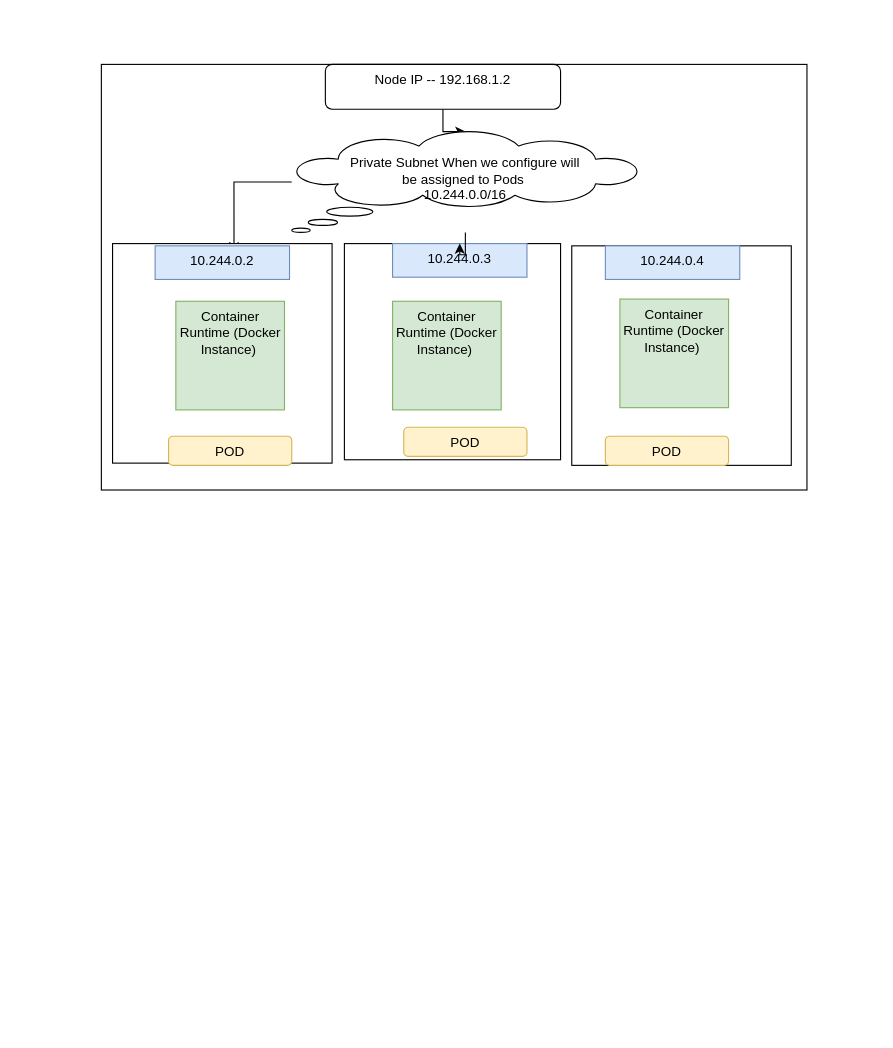
This is Kubernets_Networking.drawio from prashanthgowdaN/Kubernets_learing-, a draw.io file, before an edit. Source tidied: cells renumbered, new cells numbered last; positions are measured from the earlier drawing's top-left corner, leaving out a move shared by most shapes. Both pictures are drawn from the tidied source at 112%, with x=0, y=0 at pixel (101, 64).
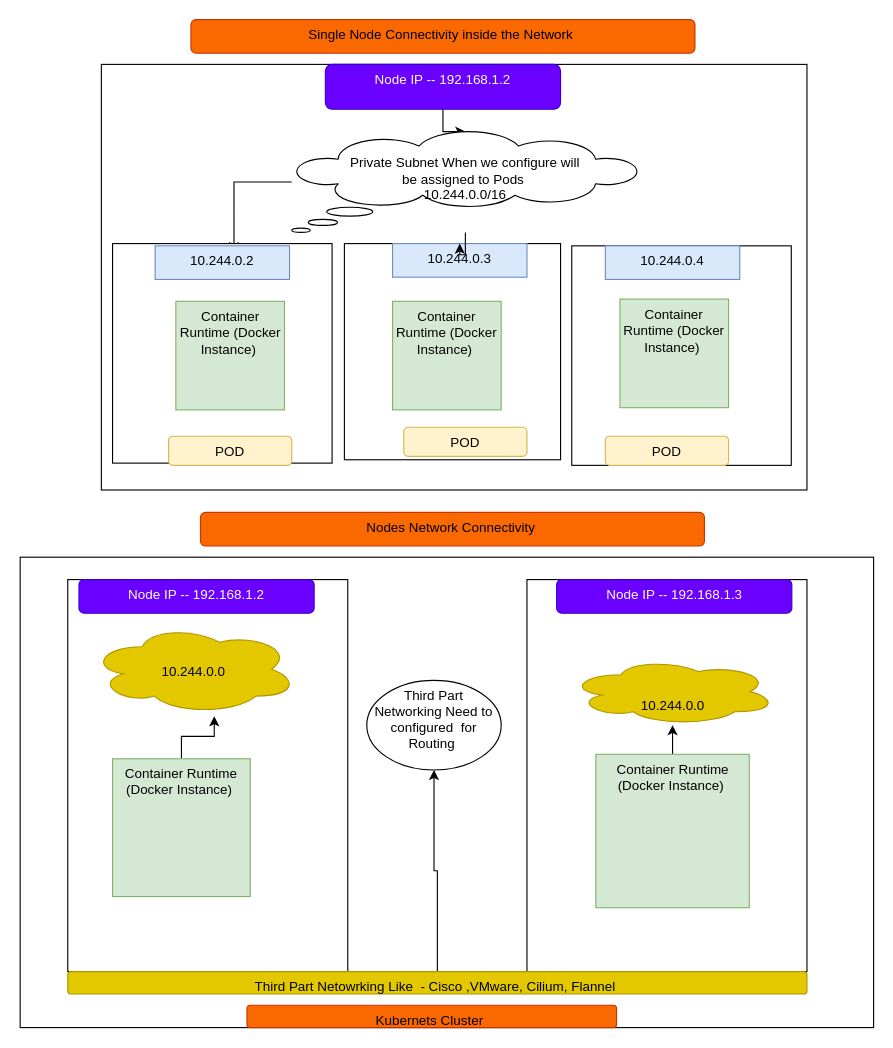
Above is the later version.

The edit, as a diff of the source:
```diff
@@
-    <mxCell id="8" value="Node IP -- 192.168.1.2" style="rounded=1;whiteSpace=wrap;html=1;gradientColor=#ffffff;verticalAlign=top;" parent="1" vertex="1">
+    <mxCell id="8" value="Node IP -- 192.168.1.2" style="rounded=1;whiteSpace=wrap;html=1;verticalAlign=top;fillColor=#6a00ff;strokeColor=#3700CC;fontColor=#ffffff;" parent="1" vertex="1">
       <mxGeometry x="200" width="210" height="40" as="geometry" />
     </mxCell>
@@
+    <mxCell id="21" style="rounded=0;whiteSpace=wrap;html=1;gradientColor=#ffffff;verticalAlign=top;" parent="1" vertex="1">
+      <mxGeometry x="-72.5" y="440" width="762" height="420" as="geometry" />
+    </mxCell>
+    <mxCell id="22" style="rounded=0;whiteSpace=wrap;html=1;gradientColor=#ffffff;verticalAlign=top;" parent="1" vertex="1">
+      <mxGeometry x="-30" y="460" width="250" height="350" as="geometry" />
+    </mxCell>
+    <mxCell id="23" style="rounded=0;whiteSpace=wrap;html=1;gradientColor=#ffffff;verticalAlign=top;" parent="1" vertex="1">
+      <mxGeometry x="380" y="460" width="250" height="350" as="geometry" />
+    </mxCell>
+    <mxCell id="24" value="&lt;br&gt;&lt;br&gt;10.244.0.0" style="ellipse;shape=cloud;whiteSpace=wrap;html=1;verticalAlign=top;fillColor=#e3c800;strokeColor=#B09500;fontColor=#000000;" parent="1" vertex="1">
+      <mxGeometry x="-10" y="500" width="185" height="80" as="geometry" />
+    </mxCell>
+    <mxCell id="25" value="Node IP -- 192.168.1.3" style="rounded=1;whiteSpace=wrap;html=1;verticalAlign=top;fillColor=#6a00ff;strokeColor=#3700CC;fontColor=#ffffff;" parent="1" vertex="1">
+      <mxGeometry x="406.5" y="460" width="210" height="30" as="geometry" />
+    </mxCell>
+    <mxCell id="26" value="Node IP -- 192.168.1.2" style="rounded=1;whiteSpace=wrap;html=1;verticalAlign=top;fillColor=#6a00ff;strokeColor=#3700CC;fontColor=#ffffff;" parent="1" vertex="1">
+      <mxGeometry x="-20" y="460" width="210" height="30" as="geometry" />
+    </mxCell>
+    <mxCell id="27" style="edgeStyle=orthogonalEdgeStyle;rounded=0;jettySize=auto;html=1;entryX=0.599;entryY=1.025;entryDx=0;entryDy=0;entryPerimeter=0;" parent="1" edge="1" source="28" target="24">
+      <mxGeometry relative="1" as="geometry" />
+    </mxCell>
+    <mxCell id="28" value="Container Runtime (Docker Instance)&amp;nbsp;" style="whiteSpace=wrap;html=1;verticalAlign=top;fillColor=#d5e8d4;strokeColor=#82b366;" parent="1" vertex="1">
+      <mxGeometry x="10" y="620" width="123" height="123" as="geometry" />
+    </mxCell>
+    <mxCell id="29" style="edgeStyle=orthogonalEdgeStyle;rounded=0;jettySize=auto;html=1;" parent="1" edge="1" source="30" target="34">
+      <mxGeometry relative="1" as="geometry" />
+    </mxCell>
+    <mxCell id="30" value="Container Runtime (Docker Instance)&amp;nbsp;" style="whiteSpace=wrap;html=1;verticalAlign=top;fillColor=#d5e8d4;strokeColor=#82b366;" parent="1" vertex="1">
+      <mxGeometry x="441.5" y="616" width="137" height="137" as="geometry" />
+    </mxCell>
+    <mxCell id="31" style="edgeStyle=orthogonalEdgeStyle;rounded=0;jettySize=auto;html=1;" parent="1" edge="1" source="32" target="33">
+      <mxGeometry relative="1" as="geometry" />
+    </mxCell>
+    <mxCell id="32" value="Third Part Netowrking Like&amp;nbsp; - Cisco ,VMware, Cilium, Flannel&amp;nbsp;" style="rounded=1;whiteSpace=wrap;html=1;verticalAlign=top;fillColor=#e3c800;strokeColor=#B09500;fontColor=#000000;" parent="1" vertex="1">
+      <mxGeometry x="-30" y="810" width="660" height="20" as="geometry" />
+    </mxCell>
+    <mxCell id="33" value="Third Part&lt;br&gt;Networking Need to configured&amp;nbsp; for Routing&amp;nbsp;" style="ellipse;whiteSpace=wrap;html=1;gradientColor=#ffffff;verticalAlign=top;" parent="1" vertex="1">
+      <mxGeometry x="237" y="550" width="120" height="80" as="geometry" />
+    </mxCell>
+    <mxCell id="34" value="&lt;br&gt;&lt;br&gt;10.244.0.0" style="ellipse;shape=cloud;whiteSpace=wrap;html=1;verticalAlign=top;fillColor=#e3c800;strokeColor=#B09500;fontColor=#000000;" parent="1" vertex="1">
+      <mxGeometry x="417.5" y="530" width="185" height="60" as="geometry" />
+    </mxCell>
+    <mxCell id="35" value="Kubernets Cluster&amp;nbsp;" style="rounded=1;whiteSpace=wrap;html=1;verticalAlign=top;fillColor=#fa6800;strokeColor=#C73500;fontColor=#000000;" parent="1" vertex="1">
+      <mxGeometry x="130" y="840" width="330" height="20" as="geometry" />
+    </mxCell>
+    <mxCell id="36" value="Nodes Network Connectivity&amp;nbsp;" style="rounded=1;whiteSpace=wrap;html=1;verticalAlign=top;fillColor=#fa6800;strokeColor=#C73500;fontColor=#000000;" parent="1" vertex="1">
+      <mxGeometry x="88.5" y="400" width="450" height="30" as="geometry" />
+    </mxCell>
+    <mxCell id="37" value="Single Node Connectivity inside the Network&amp;nbsp;" style="rounded=1;whiteSpace=wrap;html=1;verticalAlign=top;fillColor=#fa6800;strokeColor=#C73500;fontColor=#000000;" parent="1" vertex="1">
+      <mxGeometry x="80" y="-40" width="450" height="30" as="geometry" />
+    </mxCell>
```
